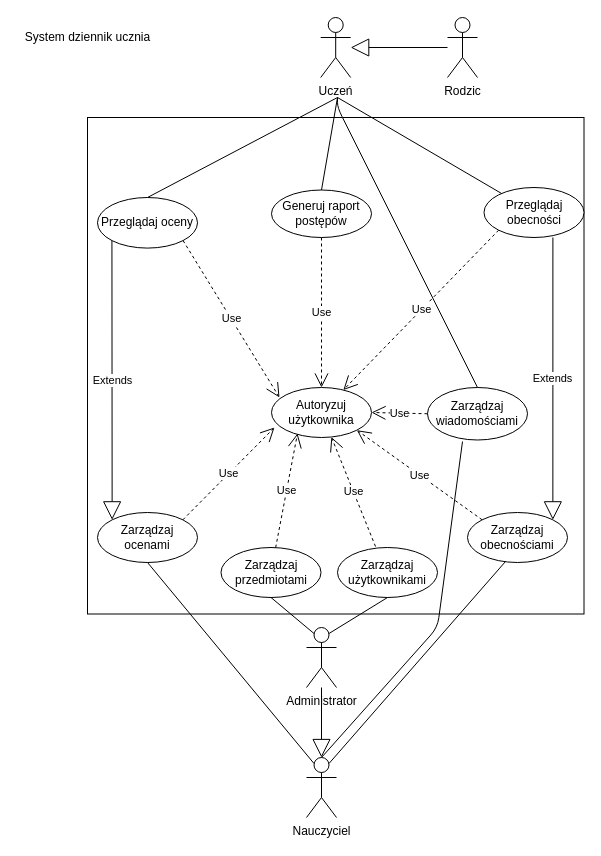
Above: DPU.drawio in CezaryDobrenko/online-grade-book (draw.io), before the change. Source tidied: cells renumbered, new cells numbered last; positions are measured from the earlier drawing's top-left corner, leaving out a move shared by most shapes. Both pictures are drawn from the tidied source at 100%, with x=0, y=0 at pixel (17, 17).
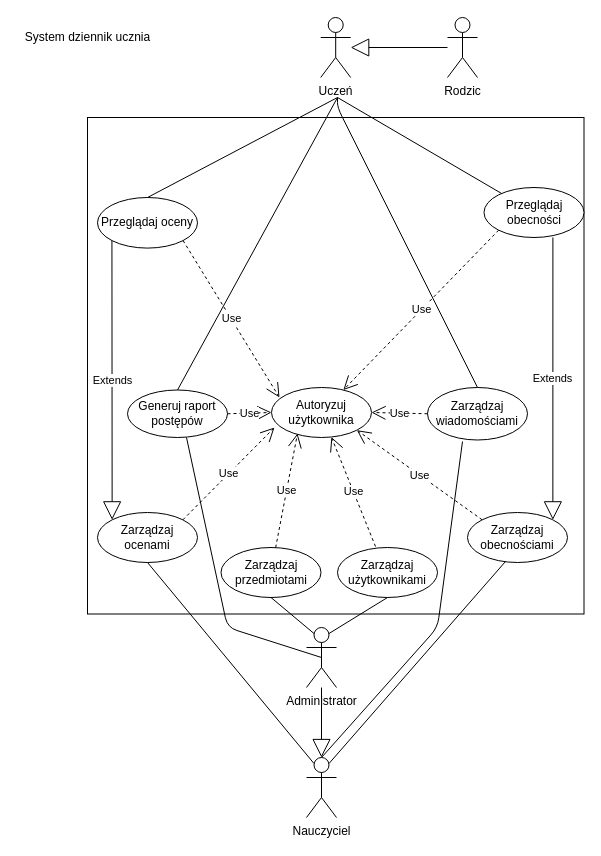
Above is the later version.

Unchanged cells that the change refers to:
```xml
<mxCell id="5" value="Administrator" style="shape=umlActor;verticalLabelPosition=bottom;labelBackgroundColor=#ffffff;verticalAlign=top;html=1;" parent="1" vertex="1">
  <mxGeometry x="289" y="610" width="30" height="60" as="geometry" />
</mxCell>
<mxCell id="11" value="Autoryzuj użytkownika" style="ellipse;whiteSpace=wrap;html=1;" parent="1" vertex="1">
  <mxGeometry x="254" y="370" width="100" height="50" as="geometry" />
</mxCell>
```

What changed in the source:
```diff
@@
     <mxCell id="12" value="Generuj raport postępów" style="ellipse;whiteSpace=wrap;html=1;" parent="1" vertex="1">
-      <mxGeometry x="254" y="172.5" width="100" height="47.5" as="geometry" />
+      <mxGeometry x="110" y="372.5" width="100" height="47.5" as="geometry" />
     </mxCell>
@@
-    <mxCell id="20" value="Use" style="endArrow=open;endSize=12;dashed=1;html=1;exitX=0.5;exitY=1;exitDx=0;exitDy=0;entryX=0.5;entryY=0;entryDx=0;entryDy=0;" parent="1" edge="1" source="12" target="11">
+    <mxCell id="20" value="Use" style="endArrow=open;endSize=12;dashed=1;html=1;exitX=1;exitY=0.5;exitDx=0;exitDy=0;entryX=0;entryY=0.5;entryDx=0;entryDy=0;" parent="1" edge="1" source="12" target="11">
       <mxGeometry relative="1" as="geometry" />
     </mxCell>
@@
+    <mxCell id="38" style="endArrow=none;html=1;exitX=0.59;exitY=1;exitDx=0;exitDy=0;exitPerimeter=0;entryX=0.5;entryY=0.5;entryDx=0;entryDy=0;entryPerimeter=0;" parent="1" edge="1" source="12" target="5">
+      <mxGeometry relative="1" as="geometry">
+        <Array as="points">
+          <mxPoint x="210" y="610" />
+        </Array>
+      </mxGeometry>
+    </mxCell>
```
